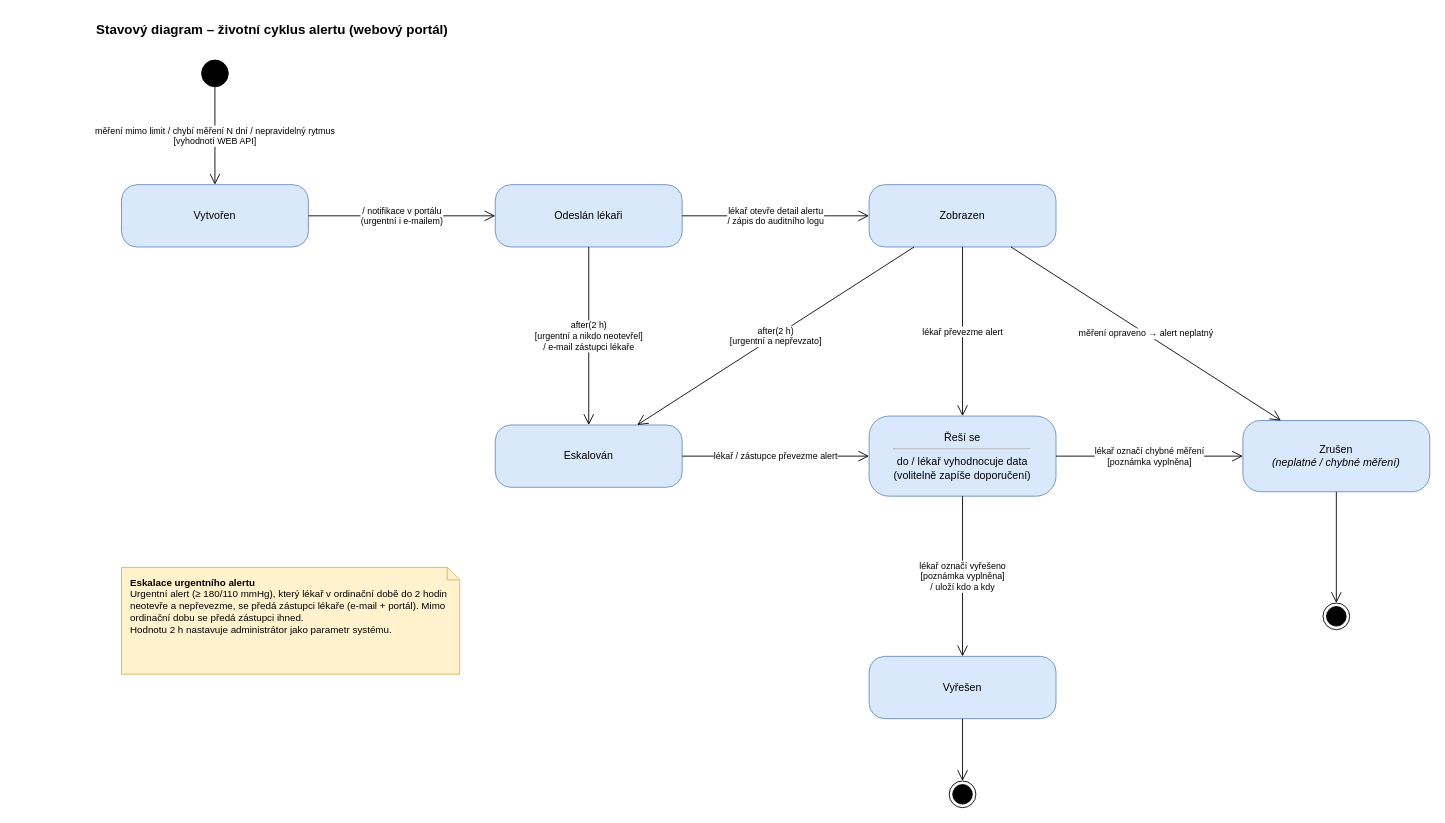
Before: Sabi/SD_alert.drawio in stastmar/SI_projekt, a draw.io diagram. Source tidied: cells renumbered, new cells numbered last; positions are measured from the earlier drawing's top-left corner, leaving out a move shared by most shapes. Both pictures are drawn from the tidied source at 89%, with x=0, y=0 at pixel (94, 15).
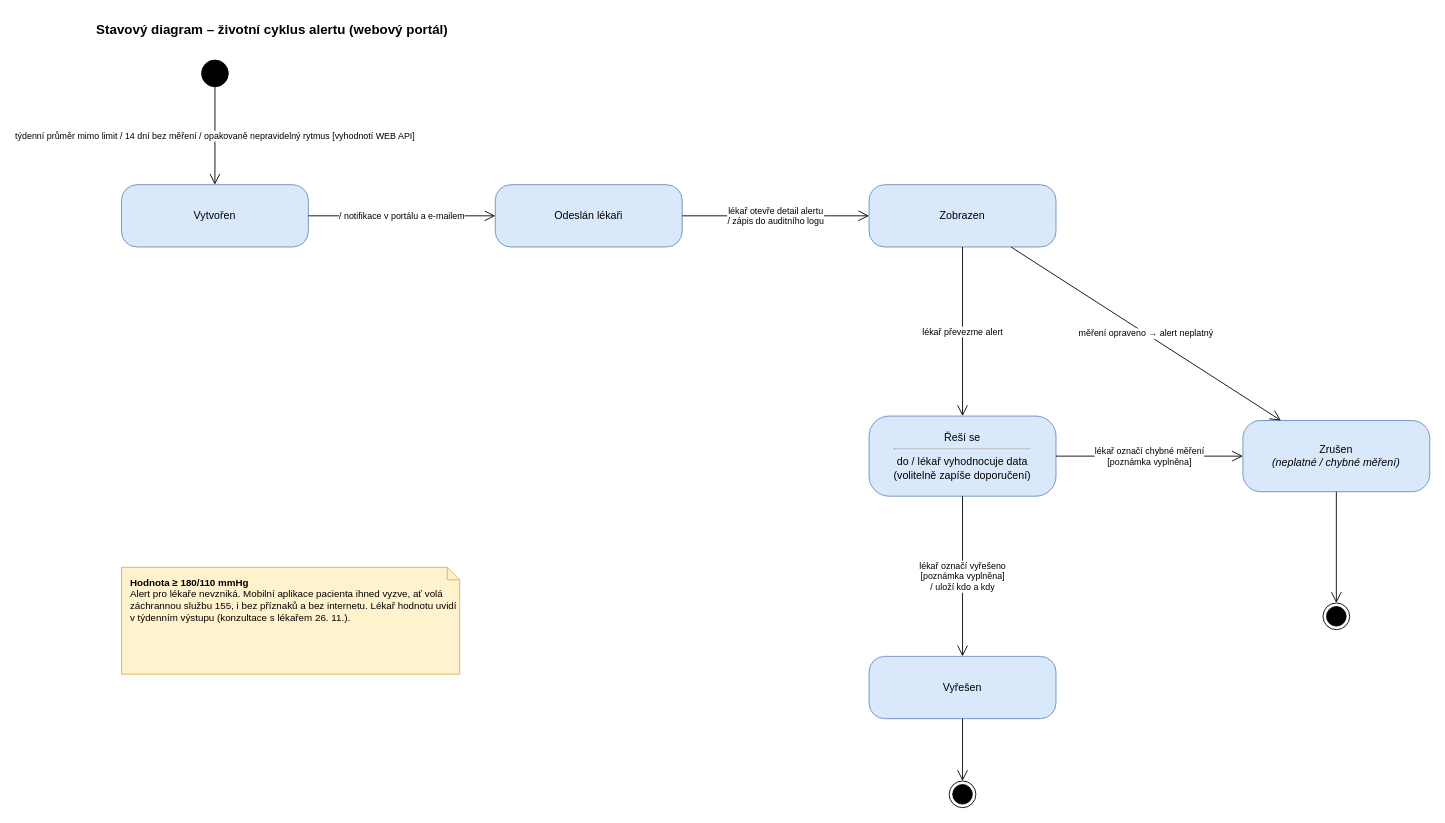
The same page after the edit.

The change refers to these unchanged cells:
```xml
<mxCell id="3" style="ellipse;fillColor=#000000;strokeColor=#000000;html=1;" parent="1" vertex="1">
  <mxGeometry x="120" y="50" width="30" height="30" as="geometry" />
</mxCell>
<mxCell id="6" value="Vytvořen" style="rounded=1;whiteSpace=wrap;html=1;arcSize=25;fillColor=#dae8fc;strokeColor=#6c8ebf;fontStyle=0;fontSize=12;" parent="1" vertex="1">
  <mxGeometry x="30" y="190" width="210" height="70" as="geometry" />
</mxCell>
<mxCell id="7" value="Odeslán lékaři" style="rounded=1;whiteSpace=wrap;html=1;arcSize=25;fillColor=#dae8fc;strokeColor=#6c8ebf;fontStyle=0;fontSize=12;" parent="1" vertex="1">
  <mxGeometry x="450" y="190" width="210" height="70" as="geometry" />
</mxCell>
<mxCell id="8" value="Zobrazen" style="rounded=1;whiteSpace=wrap;html=1;arcSize=25;fillColor=#dae8fc;strokeColor=#6c8ebf;fontStyle=0;fontSize=12;" parent="1" vertex="1">
  <mxGeometry x="870" y="190" width="210" height="70" as="geometry" />
</mxCell>
<mxCell id="10" value="Řeší se&lt;hr&gt;do / lékař vyhodnocuje data&lt;br&gt;(volitelně zapíše doporučení)" style="rounded=1;whiteSpace=wrap;html=1;arcSize=25;fillColor=#dae8fc;strokeColor=#6c8ebf;fontStyle=0;fontSize=12;" parent="1" vertex="1">
  <mxGeometry x="870" y="450" width="210" height="90" as="geometry" />
</mxCell>
```

Change to the diagram source:
```diff
@@
-    <mxCell id="9" value="Eskalován" style="rounded=1;whiteSpace=wrap;html=1;arcSize=25;fillColor=#dae8fc;strokeColor=#6c8ebf;fontStyle=0;fontSize=12;" parent="1" vertex="1">
-      <mxGeometry x="450" y="460" width="210" height="70" as="geometry" />
-    </mxCell>
@@
-    <mxCell id="13" value="měření mimo limit / chybí měření N dní / nepravidelný rytmus&lt;br&gt;[vyhodnotí WEB API]" style="endArrow=open;endSize=10;html=1;fontSize=10;labelBackgroundColor=#ffffff;" parent="1" edge="1" source="3" target="6">
+    <mxCell id="13" value="týdenní průměr mimo limit / 14 dní bez měření / opakovaně nepravidelný rytmus [vyhodnotí WEB API]" style="endArrow=open;endSize=10;html=1;fontSize=10;labelBackgroundColor=#ffffff;" parent="1" edge="1" source="3" target="6">
       <mxGeometry relative="1" as="geometry" />
     </mxCell>
-    <mxCell id="14" value="/ notifikace v portálu&lt;br&gt;(urgentní i e-mailem)" style="endArrow=open;endSize=10;html=1;fontSize=10;labelBackgroundColor=#ffffff;" parent="1" edge="1" source="6" target="7">
+    <mxCell id="14" value="/ notifikace v portálu a e-mailem" style="endArrow=open;endSize=10;html=1;fontSize=10;labelBackgroundColor=#ffffff;" parent="1" edge="1" source="6" target="7">
       <mxGeometry relative="1" as="geometry" />
     </mxCell>
@@
-    <mxCell id="17" value="after(2 h)&lt;br&gt;[urgentní a nikdo neotevřel]&lt;br&gt;/ e-mail zástupci lékaře" style="endArrow=open;endSize=10;html=1;fontSize=10;labelBackgroundColor=#ffffff;" parent="1" edge="1" source="7" target="9">
-      <mxGeometry relative="1" as="geometry" />
-    </mxCell>
-    <mxCell id="18" value="after(2 h)&lt;br&gt;[urgentní a nepřevzato]" style="endArrow=open;endSize=10;html=1;fontSize=10;labelBackgroundColor=#ffffff;" parent="1" edge="1" source="8" target="9">
-      <mxGeometry relative="1" as="geometry" />
-    </mxCell>
-    <mxCell id="19" value="lékař / zástupce převezme alert" style="endArrow=open;endSize=10;html=1;fontSize=10;labelBackgroundColor=#ffffff;" parent="1" edge="1" source="9" target="10">
-      <mxGeometry relative="1" as="geometry" />
-    </mxCell>
@@
-    <mxCell id="25" value="&lt;b&gt;Eskalace urgentního alertu&lt;/b&gt;&lt;br&gt;Urgentní alert (≥ 180/110 mmHg), který lékař v ordinační době do 2 hodin neotevře a nepřevezme, se předá zástupci lékaře (e-mail + portál). Mimo ordinační dobu se předá zástupci ihned.&lt;br&gt;Hodnotu 2 h nastavuje administrátor jako parametr systému." style="shape=note;whiteSpace=wrap;html=1;size=14;fillColor=#fff2cc;strokeColor=#d6b656;align=left;verticalAlign=top;spacingLeft=8;spacingTop=4;fontSize=11;" parent="1" vertex="1">
-      <mxGeometry x="30" y="620" width="380" height="120" as="geometry" />
-    </mxCell>
+    <mxCell id="26" value="&lt;b&gt;Hodnota ≥ 180/110 mmHg&lt;/b&gt;&lt;br&gt;Alert pro lékaře nevzniká. Mobilní aplikace pacienta ihned vyzve, ať volá záchrannou službu 155, i bez příznaků a bez internetu. Lékař hodnotu uvidí v týdenním výstupu (konzultace s lékařem 26. 11.)." style="shape=note;whiteSpace=wrap;html=1;size=14;fillColor=#fff2cc;strokeColor=#d6b656;align=left;verticalAlign=top;spacingLeft=8;spacingTop=4;fontSize=11;" parent="1" vertex="1">
+      <mxGeometry x="30" y="620" width="380" height="120" as="geometry" />
+    </mxCell>
```
